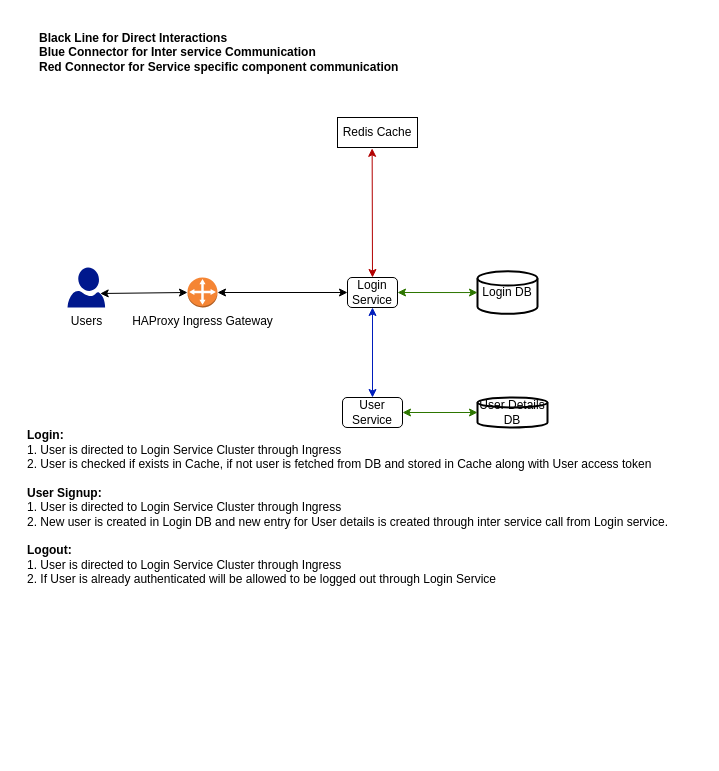
This is page "Login Flow" (2 of 2) of Ecommerce.drawio from karthiksurabathula/ecommerce, a draw.io file, before an edit. Source tidied: cells renumbered, new cells numbered last; positions are measured from the earlier drawing's top-left corner, leaving out a move shared by most shapes. Both pictures are drawn from the tidied source at 100%, with x=0, y=0 at pixel (17, 17).
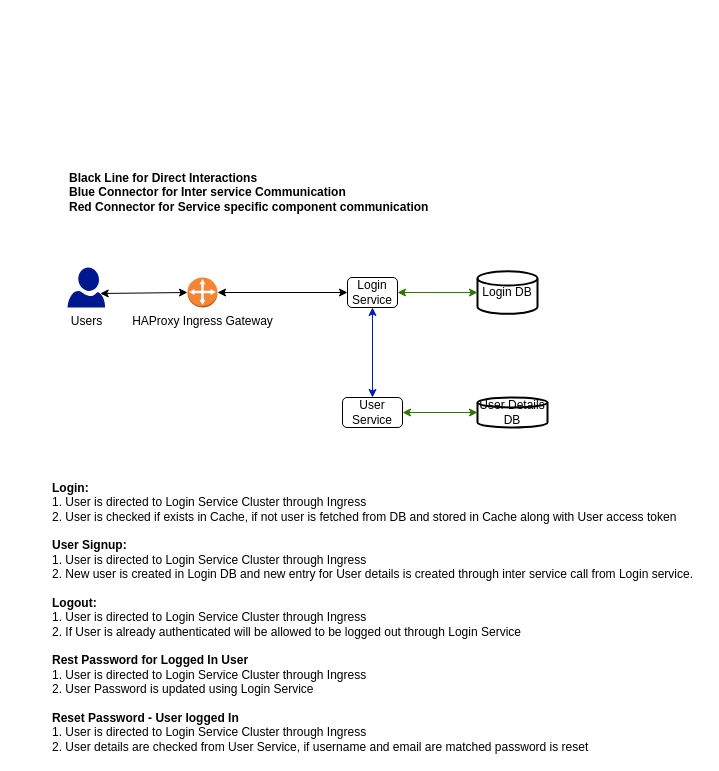
The same diagram, later.

What changed in the source:
```diff
@@
 <mxGraphModel>
   <root>
     <mxCell id="0" />
     <mxCell id="1" parent="0" />
     <mxCell id="2" value="HAProxy Ingress Gateway" style="outlineConnect=0;dashed=0;verticalLabelPosition=bottom;verticalAlign=top;align=center;html=1;shape=mxgraph.aws3.customer_gateway;fillColor=#F58534;gradientColor=none;" parent="1" vertex="1">
       <mxGeometry x="170" y="260" width="30" height="30" as="geometry" />
     </mxCell>
     <mxCell id="3" value="Users" style="shadow=0;dashed=0;html=1;strokeColor=none;labelPosition=center;verticalLabelPosition=bottom;verticalAlign=top;align=center;fillColor=#00188D;shape=mxgraph.azure.user;" parent="1" vertex="1">
       <mxGeometry x="50" y="250" width="37.6" height="40" as="geometry" />
     </mxCell>
     <mxCell id="4" style="endArrow=classic;startArrow=classic;html=1;exitX=0.87;exitY=0.65;exitDx=0;exitDy=0;exitPerimeter=0;entryX=0;entryY=0.5;entryDx=0;entryDy=0;entryPerimeter=0;" parent="1" edge="1" source="3" target="2">
       <mxGeometry relative="1" as="geometry" />
     </mxCell>
     <mxCell id="5" value="Login Service" style="rounded=1;whiteSpace=wrap;html=1;" parent="1" vertex="1">
       <mxGeometry x="330" y="260" width="50" height="30" as="geometry" />
     </mxCell>
     <mxCell id="6" style="endArrow=classic;startArrow=classic;html=1;entryX=0;entryY=0.5;entryDx=0;entryDy=0;exitX=1;exitY=0.5;exitDx=0;exitDy=0;exitPerimeter=0;" parent="1" edge="1" source="2" target="5">
       <mxGeometry relative="1" as="geometry" />
     </mxCell>
     <mxCell id="7" value="User Service" style="rounded=1;whiteSpace=wrap;html=1;" parent="1" vertex="1">
       <mxGeometry x="325" y="380" width="60" height="30" as="geometry" />
     </mxCell>
     <mxCell id="8" style="endArrow=classic;startArrow=classic;html=1;entryX=0.5;entryY=1;entryDx=0;entryDy=0;exitX=0.5;exitY=0;exitDx=0;exitDy=0;fillColor=#0050ef;strokeColor=#001DBC;" parent="1" edge="1" source="7" target="5">
       <mxGeometry relative="1" as="geometry" />
     </mxCell>
-    <mxCell id="9" value="Redis Cache" style="rounded=0;whiteSpace=wrap;html=1;" parent="1" vertex="1">
-      <mxGeometry x="320" y="100" width="80" height="30" as="geometry" />
-    </mxCell>
-    <mxCell id="10" style="endArrow=classic;startArrow=classic;html=1;entryX=0.433;entryY=1.028;entryDx=0;entryDy=0;entryPerimeter=0;exitX=0.5;exitY=0;exitDx=0;exitDy=0;fillColor=#e51400;strokeColor=#B20000;" parent="1" edge="1" source="5" target="9">
-      <mxGeometry relative="1" as="geometry" />
-    </mxCell>
     <mxCell id="11" value="&lt;b&gt;Black Line for Direct Interactions&lt;br&gt;Blue Connector for Inter service Communication&lt;br&gt;Red Connector for Service specific component communication&lt;/b&gt;" style="text;html=1;strokeColor=none;fillColor=none;align=left;verticalAlign=middle;whiteSpace=wrap;rounded=0;" parent="1" vertex="1">
-      <mxGeometry x="20" width="390" height="70" as="geometry" />
+      <mxGeometry x="50" y="140" width="390" height="70" as="geometry" />
     </mxCell>
     <mxCell id="12" style="edgeStyle=orthogonalEdgeStyle;rounded=0;orthogonalLoop=1;jettySize=auto;html=1;exitX=0.5;exitY=1;exitDx=0;exitDy=0;" parent="1" edge="1" source="7" target="7">
       <mxGeometry relative="1" as="geometry" />
     </mxCell>
-    <mxCell id="13" value="&lt;div style=&quot;text-align: left&quot;&gt;&lt;span&gt;&lt;b&gt;Login:&lt;/b&gt;&lt;/span&gt;&lt;/div&gt;&lt;div style=&quot;text-align: left&quot;&gt;&lt;span&gt;1. User is directed to Login Service Cluster through Ingress&lt;/span&gt;&lt;/div&gt;&lt;div style=&quot;text-align: left&quot;&gt;&lt;span&gt;2. User is checked if exists in Cache, if not user is fetched from DB and stored in Cache along with User access token&lt;/span&gt;&lt;/div&gt;&lt;div style=&quot;text-align: left&quot;&gt;&lt;br&gt;&lt;/div&gt;&lt;div style=&quot;text-align: left&quot;&gt;&lt;b&gt;User Signup:&lt;/b&gt;&lt;/div&gt;&lt;div style=&quot;text-align: left&quot;&gt;1. User is directed to Login Service Cluster through Ingress&lt;b&gt;&lt;br&gt;&lt;/b&gt;&lt;/div&gt;&lt;div style=&quot;text-align: left&quot;&gt;2. New user is created in Login DB and new entry for User details is created through inter service call from Login service.&lt;/div&gt;&lt;div style=&quot;text-align: left&quot;&gt;&lt;br&gt;&lt;/div&gt;&lt;div style=&quot;text-align: left&quot;&gt;&lt;b&gt;Logout:&lt;/b&gt;&lt;/div&gt;&lt;div style=&quot;text-align: left&quot;&gt;&lt;div&gt;1. User is directed to Login Service Cluster through Ingress&lt;b&gt;&lt;br&gt;&lt;/b&gt;&lt;/div&gt;&lt;div&gt;2. If User is already authenticated will be allowed to be logged out through Login Service&lt;/div&gt;&lt;/div&gt;" style="text;html=1;align=center;verticalAlign=middle;" parent="1" vertex="1">
-      <mxGeometry y="410" width="660" height="160" as="geometry" />
+    <mxCell id="13" value="&lt;div style=&quot;text-align: left&quot;&gt;&lt;span&gt;&lt;b&gt;Login:&lt;/b&gt;&lt;/span&gt;&lt;/div&gt;&lt;div style=&quot;text-align: left&quot;&gt;&lt;span&gt;1. User is directed to Login Service Cluster through Ingress&lt;/span&gt;&lt;/div&gt;&lt;div style=&quot;text-align: left&quot;&gt;&lt;span&gt;2. User is checked if exists in Cache, if not user is fetched from DB and stored in Cache along with User access token&lt;/span&gt;&lt;/div&gt;&lt;div style=&quot;text-align: left&quot;&gt;&lt;br&gt;&lt;/div&gt;&lt;div style=&quot;text-align: left&quot;&gt;&lt;b&gt;User Signup:&lt;/b&gt;&lt;/div&gt;&lt;div style=&quot;text-align: left&quot;&gt;1. User is directed to Login Service Cluster through Ingress&lt;b&gt;&lt;br&gt;&lt;/b&gt;&lt;/div&gt;&lt;div style=&quot;text-align: left&quot;&gt;2. New user is created in Login DB and new entry for User details is created through inter service call from Login service.&lt;/div&gt;&lt;div style=&quot;text-align: left&quot;&gt;&lt;br&gt;&lt;/div&gt;&lt;div style=&quot;text-align: left&quot;&gt;&lt;b&gt;Logout:&lt;/b&gt;&lt;/div&gt;&lt;div style=&quot;text-align: left&quot;&gt;&lt;div&gt;1. User is directed to Login Service Cluster through Ingress&lt;b&gt;&lt;br&gt;&lt;/b&gt;&lt;/div&gt;&lt;div&gt;2. If User is already authenticated will be allowed to be logged out through Login Service&lt;/div&gt;&lt;div&gt;&lt;br&gt;&lt;/div&gt;&lt;div&gt;&lt;b&gt;Rest Password for Logged In User&lt;/b&gt;&lt;/div&gt;&lt;div&gt;1.&amp;nbsp;&lt;span&gt;User is directed to Login Service Cluster through Ingress&lt;/span&gt;&lt;/div&gt;&lt;div&gt;&lt;span&gt;2. User Password is updated using Login Service&lt;/span&gt;&lt;/div&gt;&lt;div&gt;&lt;span&gt;&lt;br&gt;&lt;/span&gt;&lt;/div&gt;&lt;div&gt;&lt;span&gt;&lt;b&gt;Reset Password - User logged In&lt;/b&gt;&lt;/span&gt;&lt;/div&gt;&lt;div&gt;1.&amp;nbsp;&lt;span&gt;User is directed to Login Service Cluster through Ingress&lt;/span&gt;&lt;br&gt;&lt;/div&gt;&lt;div&gt;&lt;span&gt;2. User details are checked from User Service, if username and email are matched password is reset&lt;/span&gt;&lt;/div&gt;&lt;/div&gt;" style="text;html=1;align=center;verticalAlign=middle;" parent="1" vertex="1">
+      <mxGeometry x="25" y="470" width="660" height="260" as="geometry" />
     </mxCell>
     <mxCell id="14" value="Login DB" style="strokeWidth=2;html=1;shape=mxgraph.flowchart.database;whiteSpace=wrap;" parent="1" vertex="1">
       <mxGeometry x="460" y="253.8" width="60" height="42.5" as="geometry" />
     </mxCell>
     <mxCell id="15" style="endArrow=classic;startArrow=classic;html=1;exitX=1;exitY=0.5;exitDx=0;exitDy=0;entryX=0;entryY=0.5;entryDx=0;entryDy=0;entryPerimeter=0;fillColor=#60a917;strokeColor=#2D7600;" parent="1" edge="1" source="5" target="14">
       <mxGeometry relative="1" as="geometry" />
     </mxCell>
     <mxCell id="16" value="User Details DB" style="strokeWidth=2;html=1;shape=mxgraph.flowchart.database;whiteSpace=wrap;" parent="1" vertex="1">
       <mxGeometry x="460" y="380" width="70" height="30" as="geometry" />
     </mxCell>
     <mxCell id="17" style="endArrow=classic;startArrow=classic;html=1;entryX=0;entryY=0.5;entryDx=0;entryDy=0;entryPerimeter=0;exitX=1;exitY=0.5;exitDx=0;exitDy=0;fillColor=#60a917;strokeColor=#2D7600;" parent="1" edge="1" source="7" target="16">
       <mxGeometry relative="1" as="geometry" />
     </mxCell>
   </root>
 </mxGraphModel>
```
